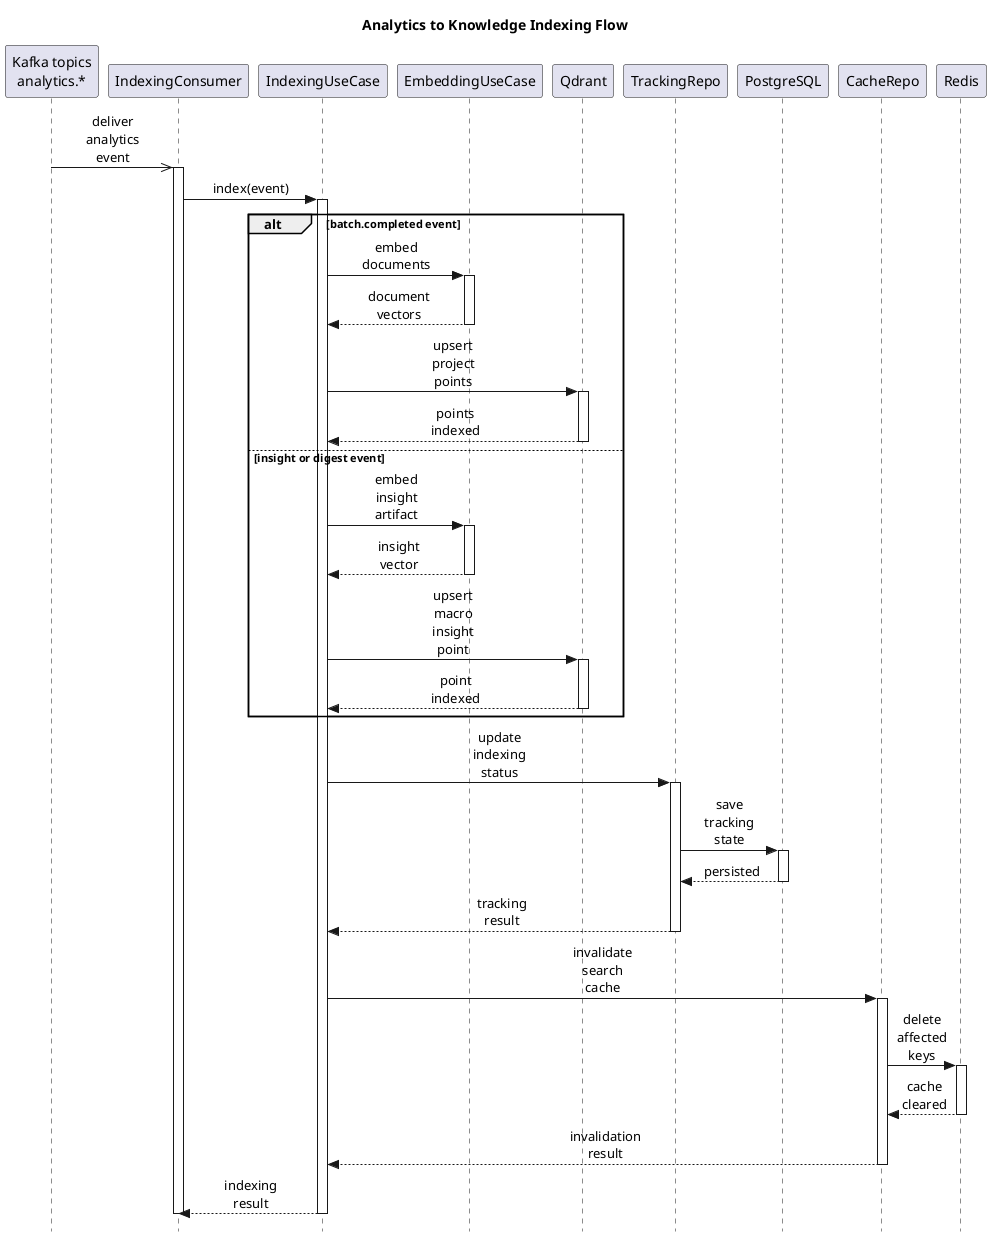
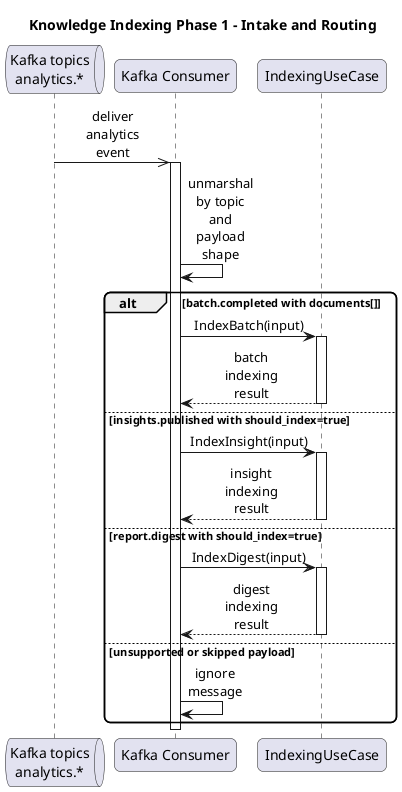
@startuml
- title Analytics to Knowledge Indexing Flow
- hide footbox
- skinparam style strictuml
+ title Knowledge Indexing Phase 1 - Intake and Routing
+ skinparam defaultFontName Arial
+ skinparam shadowing false
skinparam sequenceMessageAlign center
skinparam responseMessageBelowArrow true
skinparam maxMessageSize 70
+ skinparam roundcorner 12

- participant "Kafka topics\nanalytics.*" as AnalyticsTopics
- participant "IndexingConsumer" as Consumer
+ queue "Kafka topics\nanalytics.*" as AnalyticsTopics
+ participant "Kafka Consumer" as Consumer
participant "IndexingUseCase" as Indexing
- participant "EmbeddingUseCase" as Embedding
- participant "Qdrant" as Qdrant
- participant "TrackingRepo" as TrackingRepo
- participant "PostgreSQL" as PostgreSQL
- participant "CacheRepo" as CacheRepo
- participant "Redis" as Redis

AnalyticsTopics ->> Consumer : deliver analytics event
activate Consumer
- Consumer -> Indexing : index(event)
- activate Indexing
+ Consumer -> Consumer : unmarshal by topic and payload shape

- alt batch.completed event
-   Indexing -> Embedding : embed documents
-   activate Embedding
-   Embedding --> Indexing : document vectors
-   deactivate Embedding
-   Indexing -> Qdrant : upsert project points
-   activate Qdrant
-   Qdrant --> Indexing : points indexed
-   deactivate Qdrant
- else insight or digest event
-   Indexing -> Embedding : embed insight artifact
-   activate Embedding
-   Embedding --> Indexing : insight vector
-   deactivate Embedding
-   Indexing -> Qdrant : upsert macro insight point
-   activate Qdrant
-   Qdrant --> Indexing : point indexed
-   deactivate Qdrant
+ alt batch.completed with documents[]
+   Consumer -> Indexing : IndexBatch(input)
+   activate Indexing
+   Indexing --> Consumer : batch indexing result
+   deactivate Indexing
+ else insights.published with should_index=true
+   Consumer -> Indexing : IndexInsight(input)
+   activate Indexing
+   Indexing --> Consumer : insight indexing result
+   deactivate Indexing
+ else report.digest with should_index=true
+   Consumer -> Indexing : IndexDigest(input)
+   activate Indexing
+   Indexing --> Consumer : digest indexing result
+   deactivate Indexing
+ else unsupported or skipped payload
+   Consumer -> Consumer : ignore message
end

- Indexing -> TrackingRepo : update indexing status
- activate TrackingRepo
- TrackingRepo -> PostgreSQL : save tracking state
- activate PostgreSQL
- PostgreSQL --> TrackingRepo : persisted
- deactivate PostgreSQL
- TrackingRepo --> Indexing : tracking result
- deactivate TrackingRepo
- Indexing -> CacheRepo : invalidate search cache
- activate CacheRepo
- CacheRepo -> Redis : delete affected keys
- activate Redis
- Redis --> CacheRepo : cache cleared
- deactivate Redis
- CacheRepo --> Indexing : invalidation result
- deactivate CacheRepo
- Indexing --> Consumer : indexing result
- deactivate Indexing
deactivate Consumer
@enduml
